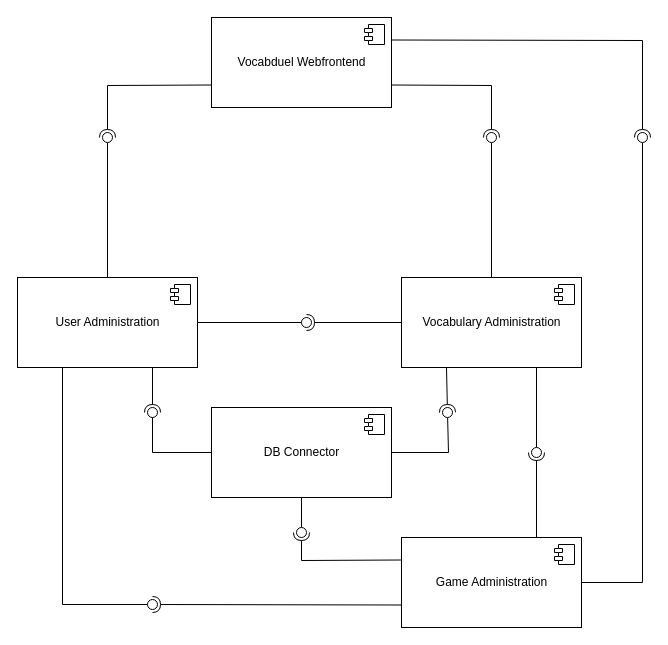
Before: components_diagram.drawio in lucaslar/htw-kba-gr7-vocabduel-monorepo, a draw.io diagram. Source tidied: cells renumbered, new cells numbered last; positions are measured from the earlier drawing's top-left corner, leaving out a move shared by most shapes. Both pictures are drawn from the tidied source at 100%, with x=0, y=0 at pixel (17, 17).
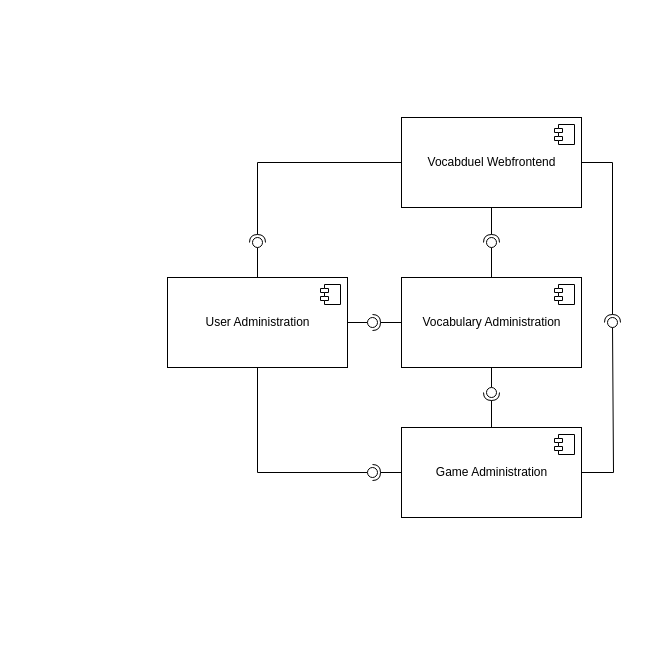
After the change.

Commit message:
Removed db from component diagram.

Unchanged cells that the change refers to:
```xml
<mxCell id="4" value="Vocabulary Administration" style="html=1;" parent="1" vertex="1">
  <mxGeometry x="384" y="260" width="180" height="90" as="geometry" />
</mxCell>
```

The edit, as a diff of the source:
```diff
@@
     <mxCell id="2" value="User Administration" style="html=1;" parent="1" vertex="1">
-      <mxGeometry y="260" width="180" height="90" as="geometry" />
+      <mxGeometry x="150" y="260" width="180" height="90" as="geometry" />
     </mxCell>
@@
     <mxCell id="6" value="Game Administration" style="html=1;" parent="1" vertex="1">
-      <mxGeometry x="384" y="520" width="180" height="90" as="geometry" />
+      <mxGeometry x="384" y="410" width="180" height="90" as="geometry" />
     </mxCell>
@@
     <mxCell id="8" value="Vocabduel Webfrontend" style="html=1;" parent="1" vertex="1">
-      <mxGeometry x="194" width="180" height="90" as="geometry" />
+      <mxGeometry x="384" y="100" width="180" height="90" as="geometry" />
     </mxCell>
@@
-    <mxCell id="11" style="rounded=0;jettySize=auto;html=1;endArrow=halfCircle;endFill=0;entryX=0.5;entryY=0.5;entryDx=0;entryDy=0;endSize=6;strokeWidth=1;exitX=0;exitY=0.75;exitDx=0;exitDy=0;" parent="1" edge="1" source="8" target="12">
+    <mxCell id="11" style="rounded=0;jettySize=auto;html=1;endArrow=halfCircle;endFill=0;entryX=0.5;entryY=0.5;entryDx=0;entryDy=0;endSize=6;strokeWidth=1;exitX=0;exitY=0.5;exitDx=0;exitDy=0;" parent="1" edge="1" source="8" target="12">
       <mxGeometry relative="1" as="geometry">
         <Array as="points">
-          <mxPoint x="90" y="68" />
+          <mxPoint x="240" y="145" />
         </Array>
       </mxGeometry>
     </mxCell>
     <mxCell id="12" style="ellipse;whiteSpace=wrap;html=1;fontFamily=Helvetica;fontSize=12;fontColor=#000000;align=center;strokeColor=#000000;fillColor=#ffffff;points=[];" parent="1" vertex="1">
-      <mxGeometry x="85" y="115" width="10" height="10" as="geometry" />
+      <mxGeometry x="235" y="220" width="10" height="10" as="geometry" />
     </mxCell>
     <mxCell id="13" style="rounded=0;jettySize=auto;html=1;endArrow=none;endFill=0;exitX=1;exitY=0.5;exitDx=0;exitDy=0;" parent="1" edge="1" source="6" target="15">
       <mxGeometry relative="1" as="geometry">
         <Array as="points">
-          <mxPoint x="625" y="565" />
+          <mxPoint x="596" y="455" />
         </Array>
       </mxGeometry>
     </mxCell>
-    <mxCell id="14" style="rounded=0;jettySize=auto;html=1;endArrow=halfCircle;endFill=0;entryX=0.5;entryY=0.5;entryDx=0;entryDy=0;endSize=6;strokeWidth=1;exitX=1;exitY=0.25;exitDx=0;exitDy=0;" parent="1" edge="1" source="8" target="15">
+    <mxCell id="14" style="rounded=0;jettySize=auto;html=1;endArrow=halfCircle;endFill=0;entryX=0.5;entryY=0.5;entryDx=0;entryDy=0;endSize=6;strokeWidth=1;exitX=1;exitY=0.5;exitDx=0;exitDy=0;" parent="1" edge="1" source="8" target="15">
       <mxGeometry relative="1" as="geometry">
         <Array as="points">
-          <mxPoint x="625" y="23" />
+          <mxPoint x="595" y="145" />
         </Array>
       </mxGeometry>
     </mxCell>
     <mxCell id="15" style="ellipse;whiteSpace=wrap;html=1;fontFamily=Helvetica;fontSize=12;fontColor=#000000;align=center;strokeColor=#000000;fillColor=#ffffff;points=[];" parent="1" vertex="1">
-      <mxGeometry x="620" y="115" width="10" height="10" as="geometry" />
+      <mxGeometry x="590" y="300" width="10" height="10" as="geometry" />
     </mxCell>
-    <mxCell id="16" style="rounded=0;jettySize=auto;html=1;endArrow=none;endFill=0;exitX=0.75;exitY=1;exitDx=0;exitDy=0;" parent="1" edge="1" source="4" target="18">
+    <mxCell id="16" style="rounded=0;jettySize=auto;html=1;endArrow=none;endFill=0;exitX=0.5;exitY=1;exitDx=0;exitDy=0;" parent="1" edge="1" source="4" target="18">
       <mxGeometry relative="1" as="geometry" />
     </mxCell>
-    <mxCell id="17" style="rounded=0;jettySize=auto;html=1;endArrow=halfCircle;endFill=0;entryX=0.5;entryY=0.5;entryDx=0;entryDy=0;endSize=6;strokeWidth=1;exitX=0.75;exitY=0;exitDx=0;exitDy=0;" parent="1" edge="1" source="6" target="18">
+    <mxCell id="17" style="rounded=0;jettySize=auto;html=1;endArrow=halfCircle;endFill=0;entryX=0.5;entryY=0.5;entryDx=0;entryDy=0;endSize=6;strokeWidth=1;exitX=0.5;exitY=0;exitDx=0;exitDy=0;" parent="1" edge="1" source="6" target="18">
       <mxGeometry relative="1" as="geometry" />
     </mxCell>
     <mxCell id="18" style="ellipse;whiteSpace=wrap;html=1;fontFamily=Helvetica;fontSize=12;fontColor=#000000;align=center;strokeColor=#000000;fillColor=#ffffff;points=[];" parent="1" vertex="1">
-      <mxGeometry x="514" y="430" width="10" height="10" as="geometry" />
+      <mxGeometry x="469" y="370" width="10" height="10" as="geometry" />
     </mxCell>
-    <mxCell id="19" style="rounded=0;jettySize=auto;html=1;endArrow=none;endFill=0;exitX=0.25;exitY=1;exitDx=0;exitDy=0;entryX=-0.001;entryY=0.502;entryDx=0;entryDy=0;entryPerimeter=0;" parent="1" edge="1" source="2" target="21">
+    <mxCell id="19" style="rounded=0;jettySize=auto;html=1;endArrow=none;endFill=0;exitX=0.5;exitY=1;exitDx=0;exitDy=0;entryX=-0.001;entryY=0.502;entryDx=0;entryDy=0;entryPerimeter=0;" parent="1" edge="1" source="2" target="21">
       <mxGeometry relative="1" as="geometry">
         <Array as="points">
-          <mxPoint x="45" y="587" />
+          <mxPoint x="240" y="455" />
         </Array>
       </mxGeometry>
     </mxCell>
-    <mxCell id="20" style="rounded=0;jettySize=auto;html=1;endArrow=halfCircle;endFill=0;entryX=0.5;entryY=0.5;entryDx=0;entryDy=0;endSize=6;strokeWidth=1;exitX=0;exitY=0.75;exitDx=0;exitDy=0;" parent="1" edge="1" source="6" target="21">
+    <mxCell id="20" style="rounded=0;jettySize=auto;html=1;endArrow=halfCircle;endFill=0;entryX=0.5;entryY=0.5;entryDx=0;entryDy=0;endSize=6;strokeWidth=1;exitX=0;exitY=0.5;exitDx=0;exitDy=0;" parent="1" edge="1" source="6" target="21">
       <mxGeometry relative="1" as="geometry" />
     </mxCell>
     <mxCell id="21" style="ellipse;whiteSpace=wrap;html=1;fontFamily=Helvetica;fontSize=12;fontColor=#000000;align=center;strokeColor=#000000;fillColor=#ffffff;points=[];" parent="1" vertex="1">
-      <mxGeometry x="130" y="582" width="10" height="10" as="geometry" />
+      <mxGeometry x="350" y="450" width="10" height="10" as="geometry" />
     </mxCell>
-    <mxCell id="22" style="rounded=0;jettySize=auto;html=1;endArrow=none;endFill=0;" parent="1" edge="1" target="24">
-      <mxGeometry relative="1" as="geometry">
-        <mxPoint x="180" y="305" as="sourcePoint" />
-      </mxGeometry>
+    <mxCell id="22" style="rounded=0;jettySize=auto;html=1;endArrow=none;endFill=0;exitX=1;exitY=0.5;exitDx=0;exitDy=0;" parent="1" edge="1" source="2" target="24">
+      <mxGeometry relative="1" as="geometry" />
     </mxCell>
@@
     <mxCell id="24" style="ellipse;whiteSpace=wrap;html=1;fontFamily=Helvetica;fontSize=12;fontColor=#000000;align=center;strokeColor=#000000;fillColor=#ffffff;points=[];" parent="1" vertex="1">
-      <mxGeometry x="284" y="300" width="10" height="10" as="geometry" />
+      <mxGeometry x="350" y="300" width="10" height="10" as="geometry" />
     </mxCell>
@@
-    <mxCell id="26" style="rounded=0;jettySize=auto;html=1;endArrow=halfCircle;endFill=0;entryX=0.5;entryY=0.5;entryDx=0;entryDy=0;endSize=6;strokeWidth=1;exitX=1;exitY=0.75;exitDx=0;exitDy=0;" parent="1" edge="1" source="8" target="27">
-      <mxGeometry relative="1" as="geometry">
-        <Array as="points">
-          <mxPoint x="474" y="68" />
-        </Array>
-      </mxGeometry>
+    <mxCell id="26" style="rounded=0;jettySize=auto;html=1;endArrow=halfCircle;endFill=0;entryX=0.5;entryY=0.5;entryDx=0;entryDy=0;endSize=6;strokeWidth=1;exitX=0.5;exitY=1;exitDx=0;exitDy=0;" parent="1" edge="1" source="8" target="27">
+      <mxGeometry relative="1" as="geometry" />
     </mxCell>
     <mxCell id="27" style="ellipse;whiteSpace=wrap;html=1;fontFamily=Helvetica;fontSize=12;fontColor=#000000;align=center;strokeColor=#000000;fillColor=#ffffff;points=[];" parent="1" vertex="1">
-      <mxGeometry x="469" y="115" width="10" height="10" as="geometry" />
+      <mxGeometry x="469" y="220" width="10" height="10" as="geometry" />
     </mxCell>
-    <mxCell id="28" value="DB Connector" style="html=1;" parent="1" vertex="1">
-      <mxGeometry x="194" y="390" width="180" height="90" as="geometry" />
-    </mxCell>
-    <mxCell id="29" style="shape=module;jettyWidth=8;jettyHeight=4;" parent="28" vertex="1">
-      <mxGeometry x="1" width="20" height="20" relative="1" as="geometry">
-        <mxPoint x="-27" y="7" as="offset" />
-      </mxGeometry>
-    </mxCell>
-    <mxCell id="30" style="rounded=0;jettySize=auto;html=1;endArrow=none;endFill=0;exitX=0;exitY=0.5;exitDx=0;exitDy=0;" parent="1" edge="1" source="28" target="32">
-      <mxGeometry relative="1" as="geometry">
-        <Array as="points">
-          <mxPoint x="135" y="435" />
-        </Array>
-      </mxGeometry>
-    </mxCell>
-    <mxCell id="31" style="rounded=0;jettySize=auto;html=1;endArrow=halfCircle;endFill=0;entryX=0.5;entryY=0.5;entryDx=0;entryDy=0;endSize=6;strokeWidth=1;exitX=0.75;exitY=1;exitDx=0;exitDy=0;" parent="1" edge="1" source="2" target="32">
-      <mxGeometry relative="1" as="geometry" />
-    </mxCell>
-    <mxCell id="32" style="ellipse;whiteSpace=wrap;html=1;fontFamily=Helvetica;fontSize=12;fontColor=#000000;align=center;strokeColor=#000000;fillColor=#ffffff;points=[];" parent="1" vertex="1">
-      <mxGeometry x="130" y="390" width="10" height="10" as="geometry" />
-    </mxCell>
-    <mxCell id="33" style="rounded=0;jettySize=auto;html=1;endArrow=none;endFill=0;exitX=0.5;exitY=1;exitDx=0;exitDy=0;" parent="1" edge="1" source="28" target="35">
-      <mxGeometry relative="1" as="geometry" />
-    </mxCell>
-    <mxCell id="34" style="rounded=0;jettySize=auto;html=1;endArrow=halfCircle;endFill=0;entryX=0.5;entryY=0.5;entryDx=0;entryDy=0;endSize=6;strokeWidth=1;exitX=0;exitY=0.25;exitDx=0;exitDy=0;" parent="1" edge="1" source="6" target="35">
-      <mxGeometry relative="1" as="geometry">
-        <Array as="points">
-          <mxPoint x="284" y="543" />
-        </Array>
-      </mxGeometry>
-    </mxCell>
-    <mxCell id="35" style="ellipse;whiteSpace=wrap;html=1;fontFamily=Helvetica;fontSize=12;fontColor=#000000;align=center;strokeColor=#000000;fillColor=#ffffff;points=[];" parent="1" vertex="1">
-      <mxGeometry x="279" y="510" width="10" height="10" as="geometry" />
-    </mxCell>
-    <mxCell id="36" style="rounded=0;jettySize=auto;html=1;endArrow=none;endFill=0;" parent="1" edge="1" source="28" target="38">
-      <mxGeometry relative="1" as="geometry">
-        <Array as="points">
-          <mxPoint x="431" y="435" />
-        </Array>
-      </mxGeometry>
-    </mxCell>
-    <mxCell id="37" style="rounded=0;jettySize=auto;html=1;endArrow=halfCircle;endFill=0;entryX=0.5;entryY=0.5;entryDx=0;entryDy=0;endSize=6;strokeWidth=1;exitX=0.25;exitY=1;exitDx=0;exitDy=0;" parent="1" edge="1" source="4" target="38">
-      <mxGeometry relative="1" as="geometry" />
-    </mxCell>
-    <mxCell id="38" style="ellipse;whiteSpace=wrap;html=1;fontFamily=Helvetica;fontSize=12;fontColor=#000000;align=center;strokeColor=#000000;fillColor=#ffffff;points=[];" parent="1" vertex="1">
-      <mxGeometry x="425" y="390" width="10" height="10" as="geometry" />
-    </mxCell>
```
